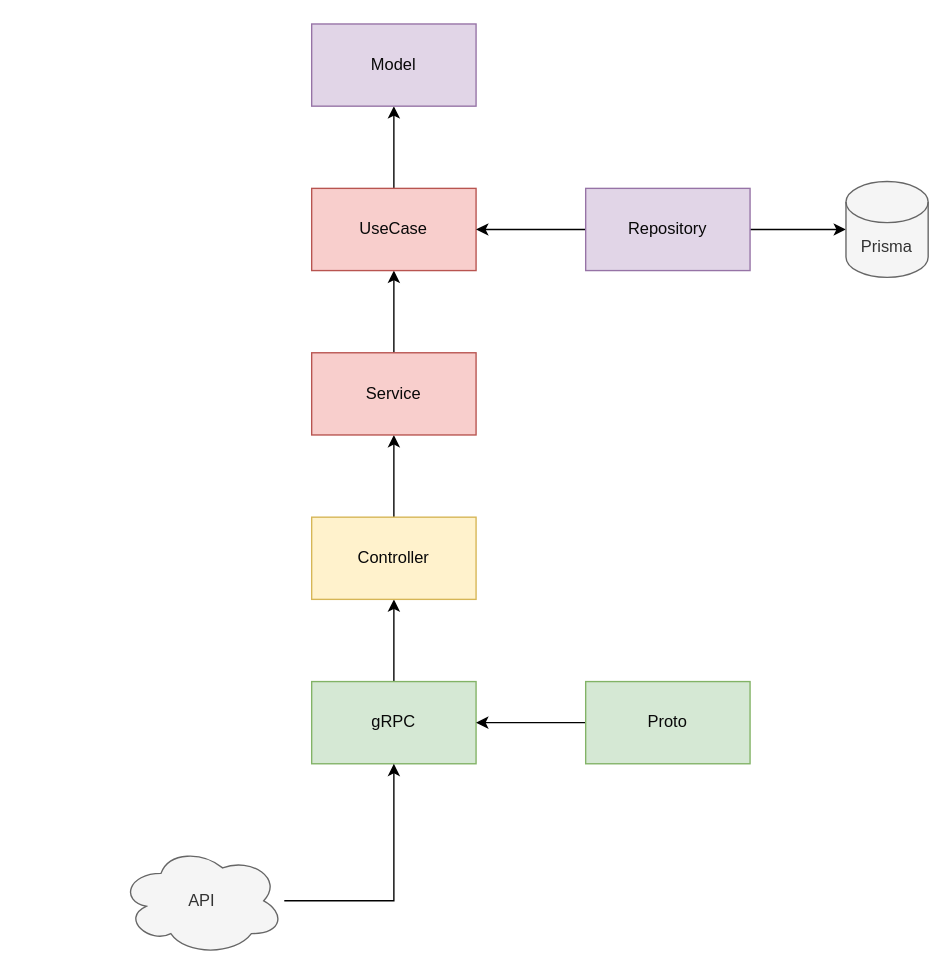
This is page "Tasks" (3 of 4) of docs/arch.drawio from acmesquita/gTasks, a draw.io file, before an edit. Source tidied: cells renumbered, new cells numbered last; positions are measured from the earlier drawing's top-left corner, leaving out a move shared by most shapes. Both pictures are drawn from the tidied source at 137%, with x=0, y=0 at pixel (119, 23).
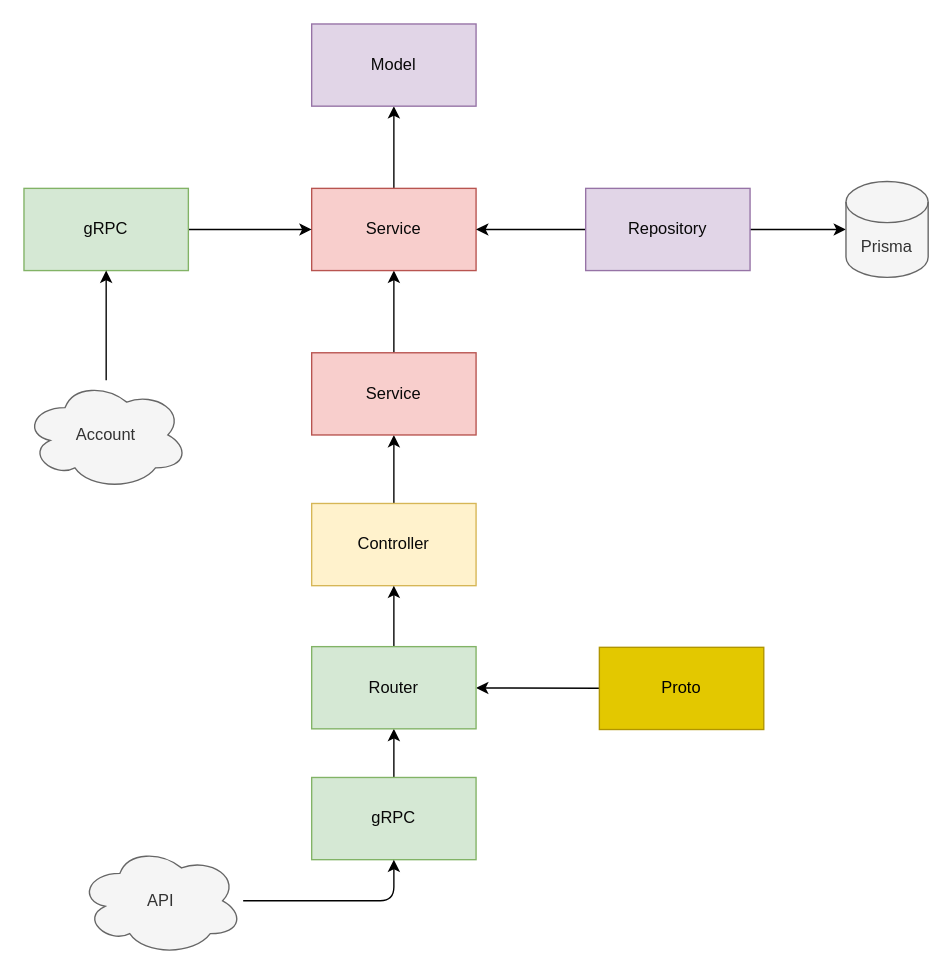
After the change.

Diff of the diagram source:
```diff
@@
-    <mxCell id="2" style="edgeStyle=orthogonalEdgeStyle;rounded=0;jettySize=auto;html=1;" parent="1" edge="1" source="3" target="5">
-      <mxGeometry relative="1" as="geometry" />
-    </mxCell>
+    <mxCell id="19" style="edgeStyle=none;html=1;" parent="1" edge="1" source="3" target="26">
+      <mxGeometry relative="1" as="geometry" />
+    </mxCell>
     <mxCell id="3" value="gRPC" style="rounded=0;whiteSpace=wrap;html=1;fillColor=#d5e8d4;strokeColor=#82b366;fontColor=#080808;" parent="1" vertex="1">
-      <mxGeometry x="140" y="480" width="120" height="60" as="geometry" />
+      <mxGeometry x="140" y="550" width="120" height="60" as="geometry" />
     </mxCell>
@@
     <mxCell id="5" value="Controller" style="rounded=0;whiteSpace=wrap;html=1;fillColor=#fff2cc;strokeColor=#d6b656;fontColor=#080808;" parent="1" vertex="1">
-      <mxGeometry x="140" y="360" width="120" height="60" as="geometry" />
+      <mxGeometry x="140" y="350" width="120" height="60" as="geometry" />
     </mxCell>
@@
-    <mxCell id="9" value="UseCase" style="rounded=0;whiteSpace=wrap;html=1;fillColor=#f8cecc;strokeColor=#b85450;fontColor=#080808;" parent="1" vertex="1">
+    <mxCell id="9" value="Service" style="rounded=0;whiteSpace=wrap;html=1;fillColor=#f8cecc;strokeColor=#b85450;fontColor=#080808;" parent="1" vertex="1">
       <mxGeometry x="140" y="120" width="120" height="60" as="geometry" />
     </mxCell>
@@
-    <mxCell id="14" style="edgeStyle=orthogonalEdgeStyle;rounded=0;jettySize=auto;html=1;" parent="1" edge="1" source="15" target="3">
-      <mxGeometry relative="1" as="geometry" />
-    </mxCell>
+    <mxCell id="20" style="edgeStyle=none;html=1;" parent="1" edge="1" source="15" target="26">
+      <mxGeometry relative="1" as="geometry" />
+    </mxCell>
-    <mxCell id="15" value="Proto" style="rounded=0;whiteSpace=wrap;html=1;fillColor=#d5e8d4;strokeColor=#82b366;fontColor=#080808;" parent="1" vertex="1">
-      <mxGeometry x="340" y="480" width="120" height="60" as="geometry" />
+    <mxCell id="15" value="Proto" style="rounded=0;whiteSpace=wrap;html=1;fillColor=#e3c800;strokeColor=#B09500;fontColor=#000000;" parent="1" vertex="1">
+      <mxGeometry x="350" y="455" width="120" height="60" as="geometry" />
     </mxCell>
@@
-    <mxCell id="17" style="edgeStyle=orthogonalEdgeStyle;rounded=0;jettySize=auto;html=1;entryX=0.5;entryY=1;entryDx=0;entryDy=0;" parent="1" edge="1" source="18" target="3">
-      <mxGeometry relative="1" as="geometry" />
+    <mxCell id="17" style="edgeStyle=none;html=1;entryX=0.5;entryY=1;entryDx=0;entryDy=0;" parent="1" edge="1" source="18" target="3">
+      <mxGeometry relative="1" as="geometry">
+        <Array as="points">
+          <mxPoint x="200" y="640" />
+        </Array>
+      </mxGeometry>
     </mxCell>
     <mxCell id="18" value="API" style="ellipse;shape=cloud;whiteSpace=wrap;html=1;fillColor=#f5f5f5;fontColor=#333333;strokeColor=#666666;" parent="1" vertex="1">
-      <mxGeometry y="600" width="120" height="80" as="geometry" />
+      <mxGeometry x="-30" y="600" width="120" height="80" as="geometry" />
     </mxCell>
+    <mxCell id="21" style="edgeStyle=none;html=1;entryX=0;entryY=0.5;entryDx=0;entryDy=0;" parent="1" edge="1" source="22" target="9">
+      <mxGeometry relative="1" as="geometry" />
+    </mxCell>
+    <mxCell id="22" value="gRPC" style="rounded=0;whiteSpace=wrap;html=1;fillColor=#d5e8d4;strokeColor=#82b366;fontColor=#080808;" parent="1" vertex="1">
+      <mxGeometry x="-70" y="120" width="120" height="60" as="geometry" />
+    </mxCell>
+    <mxCell id="23" style="edgeStyle=none;html=1;entryX=0.5;entryY=1;entryDx=0;entryDy=0;" parent="1" edge="1" source="24" target="22">
+      <mxGeometry relative="1" as="geometry" />
+    </mxCell>
+    <mxCell id="24" value="Account" style="ellipse;shape=cloud;whiteSpace=wrap;html=1;fillColor=#f5f5f5;fontColor=#333333;strokeColor=#666666;" parent="1" vertex="1">
+      <mxGeometry x="-70" y="260" width="120" height="80" as="geometry" />
+    </mxCell>
+    <mxCell id="25" style="edgeStyle=none;html=1;" parent="1" edge="1" source="26" target="5">
+      <mxGeometry relative="1" as="geometry" />
+    </mxCell>
+    <mxCell id="26" value="Router" style="rounded=0;whiteSpace=wrap;html=1;fillColor=#d5e8d4;strokeColor=#82b366;fontColor=#080808;" parent="1" vertex="1">
+      <mxGeometry x="140" y="454.5" width="120" height="60" as="geometry" />
+    </mxCell>
```
